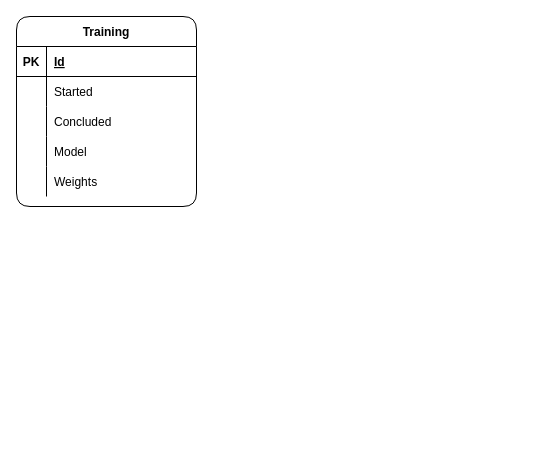
The draw.io diagram page "Page-2" (2 of 2) of docs/motos-arch.drawio in fol21/gabriel-motos-teste-cv, before the edit. Source tidied: cells renumbered, new cells numbered last; positions are measured from the earlier drawing's top-left corner, leaving out a move shared by most shapes. Both pictures are drawn from the tidied source at 100%, with x=0, y=0 at pixel (16, 16).
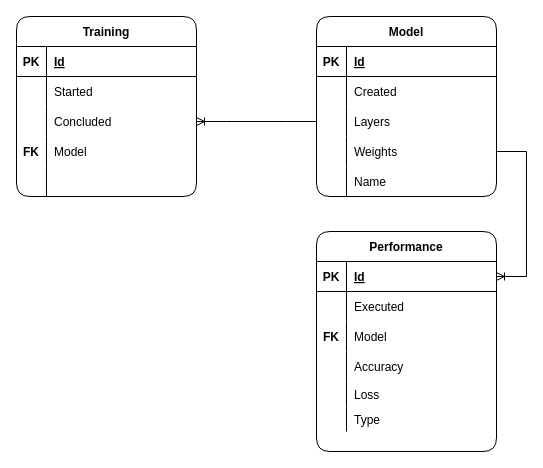
The same diagram, later.

Unchanged cells that the change refers to:
```xml
<mxCell id="9" style="shape=tableRow;horizontal=0;startSize=0;swimlaneHead=0;swimlaneBody=0;fillColor=none;points=[[0,0.5],[1,0.5]];portConstraint=eastwest;top=0;left=0;right=0;bottom=0;rounded=1;" parent="2" vertex="1">
  <mxGeometry y="90" width="180" height="30" as="geometry" />
</mxCell>
<mxCell id="12" style="shape=tableRow;horizontal=0;startSize=0;swimlaneHead=0;swimlaneBody=0;fillColor=none;top=0;left=0;right=0;bottom=0;rounded=1;" parent="2" vertex="1">
  <mxGeometry y="120" width="180" height="30" as="geometry" />
</mxCell>
<mxCell id="15" style="shape=tableRow;horizontal=0;startSize=0;swimlaneHead=0;swimlaneBody=0;fillColor=none;top=0;left=0;right=0;bottom=0;rounded=1;" parent="2" vertex="1">
  <mxGeometry y="150" width="180" height="30" as="geometry" />
</mxCell>
```

Change to the diagram source:
```diff
@@
     <mxCell id="2" value="Training" style="shape=table;startSize=30;childLayout=tableLayout;rowLines=0;fontStyle=1;align=center;rounded=1;" parent="1" vertex="1">
-      <mxGeometry width="180" height="190" as="geometry" />
+      <mxGeometry width="180" height="180" as="geometry" />
     </mxCell>
@@
-    <mxCell id="13" style="shape=partialRectangle;fillColor=none;top=0;left=0;bottom=0;right=0;overflow=hidden;rounded=1;" parent="12" vertex="1">
+    <mxCell id="13" value="FK" style="shape=partialRectangle;fillColor=none;top=0;left=0;bottom=0;right=0;overflow=hidden;rounded=1;fontStyle=1;" parent="12" vertex="1">
       <mxGeometry width="30" height="30" as="geometry" />
     </mxCell>
@@
-    <mxCell id="17" value="Weights" style="shape=partialRectangle;fillColor=none;top=0;left=0;bottom=0;right=0;align=left;spacingLeft=6;overflow=hidden;rounded=1;" parent="15" vertex="1">
+    <mxCell id="17" style="shape=partialRectangle;fillColor=none;top=0;left=0;bottom=0;right=0;align=left;spacingLeft=6;overflow=hidden;rounded=1;" parent="15" vertex="1">
       <mxGeometry x="30" width="150" height="30" as="geometry" />
     </mxCell>
+    <mxCell id="18" value="Model" style="shape=table;startSize=30;childLayout=tableLayout;rowLines=0;fontStyle=1;align=center;rounded=1;" parent="1" vertex="1">
+      <mxGeometry x="300" width="180" height="180" as="geometry" />
+    </mxCell>
+    <mxCell id="19" style="shape=tableRow;horizontal=0;startSize=0;swimlaneHead=0;swimlaneBody=0;fillColor=none;top=0;left=0;right=0;bottom=1;rounded=1;" parent="18" vertex="1">
+      <mxGeometry y="30" width="180" height="30" as="geometry" />
+    </mxCell>
+    <mxCell id="20" value="PK" style="shape=partialRectangle;fillColor=none;top=0;left=0;bottom=0;right=0;fontStyle=1;overflow=hidden;rounded=1;" parent="19" vertex="1">
+      <mxGeometry width="30" height="30" as="geometry" />
+    </mxCell>
+    <mxCell id="21" value="Id" style="shape=partialRectangle;fillColor=none;top=0;left=0;bottom=0;right=0;align=left;spacingLeft=6;fontStyle=5;overflow=hidden;rounded=1;" parent="19" vertex="1">
+      <mxGeometry x="30" width="150" height="30" as="geometry" />
+    </mxCell>
+    <mxCell id="22" style="shape=tableRow;horizontal=0;startSize=0;swimlaneHead=0;swimlaneBody=0;fillColor=none;top=0;left=0;right=0;bottom=0;rounded=1;" parent="18" vertex="1">
+      <mxGeometry y="60" width="180" height="30" as="geometry" />
+    </mxCell>
+    <mxCell id="23" style="shape=partialRectangle;fillColor=none;top=0;left=0;bottom=0;right=0;overflow=hidden;rounded=1;" parent="22" vertex="1">
+      <mxGeometry width="30" height="30" as="geometry" />
+    </mxCell>
+    <mxCell id="24" value="Created" style="shape=partialRectangle;fillColor=none;top=0;left=0;bottom=0;right=0;align=left;spacingLeft=6;overflow=hidden;rounded=1;" parent="22" vertex="1">
+      <mxGeometry x="30" width="150" height="30" as="geometry" />
+    </mxCell>
+    <mxCell id="25" style="shape=tableRow;horizontal=0;startSize=0;swimlaneHead=0;swimlaneBody=0;fillColor=none;points=[[0,0.5],[1,0.5]];portConstraint=eastwest;top=0;left=0;right=0;bottom=0;rounded=1;" parent="18" vertex="1">
+      <mxGeometry y="90" width="180" height="30" as="geometry" />
+    </mxCell>
+    <mxCell id="26" style="shape=partialRectangle;fillColor=none;top=0;left=0;bottom=0;right=0;overflow=hidden;rounded=1;" parent="25" vertex="1">
+      <mxGeometry width="30" height="30" as="geometry" />
+    </mxCell>
+    <mxCell id="27" value="Layers" style="shape=partialRectangle;fillColor=none;top=0;left=0;bottom=0;right=0;align=left;spacingLeft=6;overflow=hidden;rounded=1;" parent="25" vertex="1">
+      <mxGeometry x="30" width="150" height="30" as="geometry" />
+    </mxCell>
+    <mxCell id="28" style="shape=tableRow;horizontal=0;startSize=0;swimlaneHead=0;swimlaneBody=0;fillColor=none;points=[[0,0.5],[1,0.5]];portConstraint=eastwest;top=0;left=0;right=0;bottom=0;rounded=1;" parent="18" vertex="1">
+      <mxGeometry y="120" width="180" height="30" as="geometry" />
+    </mxCell>
+    <mxCell id="29" style="shape=partialRectangle;fillColor=none;top=0;left=0;bottom=0;right=0;overflow=hidden;rounded=1;" parent="28" vertex="1">
+      <mxGeometry width="30" height="30" as="geometry" />
+    </mxCell>
+    <mxCell id="30" value="Weights" style="shape=partialRectangle;fillColor=none;top=0;left=0;bottom=0;right=0;align=left;spacingLeft=6;overflow=hidden;rounded=1;" parent="28" vertex="1">
+      <mxGeometry x="30" width="150" height="30" as="geometry" />
+    </mxCell>
+    <mxCell id="31" style="shape=tableRow;horizontal=0;startSize=0;swimlaneHead=0;swimlaneBody=0;fillColor=none;top=0;left=0;right=0;bottom=0;rounded=1;" parent="18" vertex="1">
+      <mxGeometry y="150" width="180" height="30" as="geometry" />
+    </mxCell>
+    <mxCell id="32" style="shape=partialRectangle;fillColor=none;top=0;left=0;bottom=0;right=0;overflow=hidden;rounded=1;" parent="31" vertex="1">
+      <mxGeometry width="30" height="30" as="geometry" />
+    </mxCell>
+    <mxCell id="33" value="Name" style="shape=partialRectangle;fillColor=none;top=0;left=0;bottom=0;right=0;align=left;spacingLeft=6;overflow=hidden;rounded=1;" parent="31" vertex="1">
+      <mxGeometry x="30" width="150" height="30" as="geometry" />
+    </mxCell>
+    <mxCell id="34" style="edgeStyle=entityRelationEdgeStyle;fontSize=12;html=1;endArrow=ERoneToMany;rounded=0;exitX=0;exitY=0.5;exitDx=0;exitDy=0;entryX=1;entryY=0.5;entryDx=0;entryDy=0;" parent="1" edge="1" source="25" target="9">
+      <mxGeometry relative="1" as="geometry" />
+    </mxCell>
+    <mxCell id="35" value="Performance" style="shape=table;startSize=30;childLayout=tableLayout;rowLines=0;fontStyle=1;align=center;rounded=1;" parent="1" vertex="1">
+      <mxGeometry x="300" y="215" width="180" height="220" as="geometry" />
+    </mxCell>
+    <mxCell id="36" style="shape=tableRow;horizontal=0;startSize=0;swimlaneHead=0;swimlaneBody=0;fillColor=none;points=[[0,0.5],[1,0.5]];portConstraint=eastwest;top=0;left=0;right=0;bottom=1;rounded=1;" parent="35" vertex="1">
+      <mxGeometry y="30" width="180" height="30" as="geometry" />
+    </mxCell>
+    <mxCell id="37" value="PK" style="shape=partialRectangle;fillColor=none;top=0;left=0;bottom=0;right=0;fontStyle=1;overflow=hidden;rounded=1;" parent="36" vertex="1">
+      <mxGeometry width="30" height="30" as="geometry" />
+    </mxCell>
+    <mxCell id="38" value="Id" style="shape=partialRectangle;fillColor=none;top=0;left=0;bottom=0;right=0;align=left;spacingLeft=6;fontStyle=5;overflow=hidden;rounded=1;" parent="36" vertex="1">
+      <mxGeometry x="30" width="150" height="30" as="geometry" />
+    </mxCell>
+    <mxCell id="39" style="shape=tableRow;horizontal=0;startSize=0;swimlaneHead=0;swimlaneBody=0;fillColor=none;top=0;left=0;right=0;bottom=0;rounded=1;" parent="35" vertex="1">
+      <mxGeometry y="60" width="180" height="30" as="geometry" />
+    </mxCell>
+    <mxCell id="40" style="shape=partialRectangle;fillColor=none;top=0;left=0;bottom=0;right=0;overflow=hidden;rounded=1;" parent="39" vertex="1">
+      <mxGeometry width="30" height="30" as="geometry" />
+    </mxCell>
+    <mxCell id="41" value="Executed" style="shape=partialRectangle;fillColor=none;top=0;left=0;bottom=0;right=0;align=left;spacingLeft=6;overflow=hidden;rounded=1;" parent="39" vertex="1">
+      <mxGeometry x="30" width="150" height="30" as="geometry" />
+    </mxCell>
+    <mxCell id="42" style="shape=tableRow;horizontal=0;startSize=0;swimlaneHead=0;swimlaneBody=0;fillColor=none;top=0;left=0;right=0;bottom=0;rounded=1;" parent="35" vertex="1">
+      <mxGeometry y="90" width="180" height="30" as="geometry" />
+    </mxCell>
+    <mxCell id="43" value="FK" style="shape=partialRectangle;fillColor=none;top=0;left=0;bottom=0;right=0;overflow=hidden;rounded=1;fontStyle=1;" parent="42" vertex="1">
+      <mxGeometry width="30" height="30" as="geometry" />
+    </mxCell>
+    <mxCell id="44" value="Model" style="shape=partialRectangle;fillColor=none;top=0;left=0;bottom=0;right=0;align=left;spacingLeft=6;overflow=hidden;rounded=1;" parent="42" vertex="1">
+      <mxGeometry x="30" width="150" height="30" as="geometry" />
+    </mxCell>
+    <mxCell id="45" style="shape=tableRow;horizontal=0;startSize=0;swimlaneHead=0;swimlaneBody=0;fillColor=none;top=0;left=0;right=0;bottom=0;rounded=1;" parent="35" vertex="1">
+      <mxGeometry y="120" width="180" height="30" as="geometry" />
+    </mxCell>
+    <mxCell id="46" style="shape=partialRectangle;fillColor=none;top=0;left=0;bottom=0;right=0;overflow=hidden;rounded=1;" parent="45" vertex="1">
+      <mxGeometry width="30" height="30" as="geometry" />
+    </mxCell>
+    <mxCell id="47" value="Accuracy" style="shape=partialRectangle;fillColor=none;top=0;left=0;bottom=0;right=0;align=left;spacingLeft=6;overflow=hidden;rounded=1;" parent="45" vertex="1">
+      <mxGeometry x="30" width="150" height="30" as="geometry" />
+    </mxCell>
+    <mxCell id="48" style="shape=tableRow;horizontal=0;startSize=0;swimlaneHead=0;swimlaneBody=0;fillColor=none;top=0;left=0;right=0;bottom=0;rounded=1;" parent="35" vertex="1">
+      <mxGeometry y="150" width="180" height="25" as="geometry" />
+    </mxCell>
+    <mxCell id="49" style="shape=partialRectangle;fillColor=none;top=0;left=0;bottom=0;right=0;overflow=hidden;rounded=1;" parent="48" vertex="1">
+      <mxGeometry width="30" height="25" as="geometry" />
+    </mxCell>
+    <mxCell id="50" value="Loss" style="shape=partialRectangle;fillColor=none;top=0;left=0;bottom=0;right=0;align=left;spacingLeft=6;overflow=hidden;rounded=1;" parent="48" vertex="1">
+      <mxGeometry x="30" width="150" height="25" as="geometry" />
+    </mxCell>
+    <mxCell id="51" style="shape=tableRow;horizontal=0;startSize=0;swimlaneHead=0;swimlaneBody=0;fillColor=none;top=0;left=0;right=0;bottom=0;rounded=1;" parent="35" vertex="1">
+      <mxGeometry y="175" width="180" height="25" as="geometry" />
+    </mxCell>
+    <mxCell id="52" style="shape=partialRectangle;fillColor=none;top=0;left=0;bottom=0;right=0;overflow=hidden;rounded=1;" parent="51" vertex="1">
+      <mxGeometry width="30" height="25" as="geometry" />
+    </mxCell>
+    <mxCell id="53" value="Type" style="shape=partialRectangle;fillColor=none;top=0;left=0;bottom=0;right=0;align=left;spacingLeft=6;overflow=hidden;rounded=1;" parent="51" vertex="1">
+      <mxGeometry x="30" width="150" height="25" as="geometry" />
+    </mxCell>
+    <mxCell id="54" style="edgeStyle=entityRelationEdgeStyle;fontSize=12;html=1;endArrow=ERoneToMany;rounded=0;" parent="1" edge="1" source="28" target="36">
+      <mxGeometry relative="1" as="geometry" />
+    </mxCell>
```
